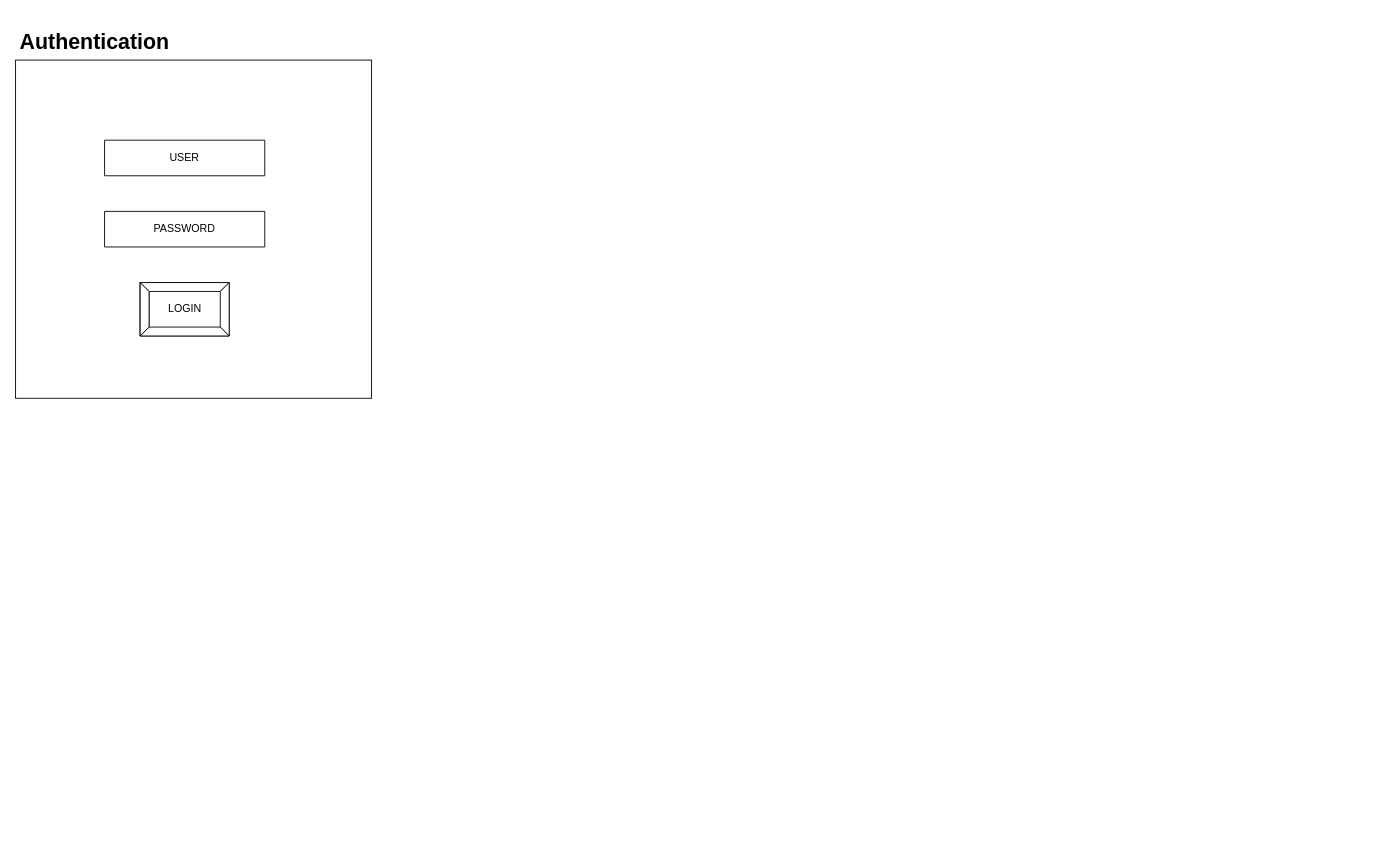
Earlier version of the draw.io diagram inventory-sales-wireframe.drawio (web-gamma/backyardpetshop-diagrams). Source tidied: cells renumbered, new cells numbered last; positions are measured from the earlier drawing's top-left corner, leaving out a move shared by most shapes. Both pictures are drawn from the tidied source at 89%, with x=0, y=0 at pixel (15, 24).
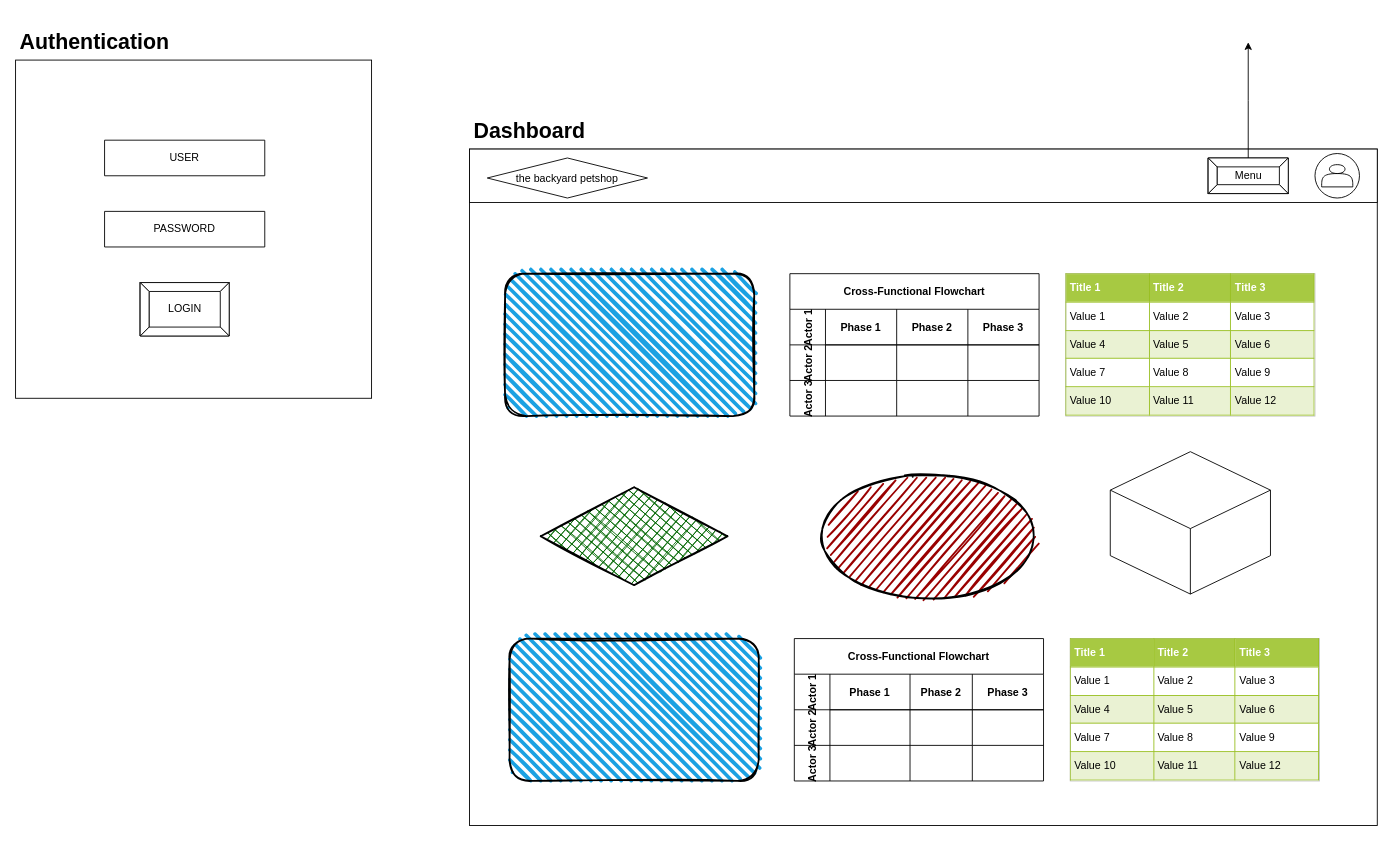
The same diagram, later.

What changed in the source:
```diff
@@
     <mxCell id="8" value="&lt;h1&gt;Authentication&lt;/h1&gt;" style="text;html=1;strokeColor=none;fillColor=none;spacing=5;spacingTop=-20;whiteSpace=wrap;overflow=hidden;rounded=0;" parent="1" vertex="1">
-      <mxGeometry width="190" height="120" as="geometry" />
+      <mxGeometry width="190" height="40" as="geometry" />
     </mxCell>
+    <mxCell id="9" style="rounded=0;whiteSpace=wrap;html=1;" parent="1" vertex="1">
+      <mxGeometry x="510" y="140" width="1020" height="760" as="geometry" />
+    </mxCell>
+    <mxCell id="10" style="rounded=0;whiteSpace=wrap;html=1;" parent="1" vertex="1">
+      <mxGeometry x="510" y="140" width="1020" height="60" as="geometry" />
+    </mxCell>
+    <mxCell id="11" style="ellipse;whiteSpace=wrap;html=1;" parent="1" vertex="1">
+      <mxGeometry x="1460" y="145" width="50" height="50" as="geometry" />
+    </mxCell>
+    <mxCell id="12" style="shape=actor;whiteSpace=wrap;html=1;" parent="1" vertex="1">
+      <mxGeometry x="1467.5" y="157.5" width="35" height="25" as="geometry" />
+    </mxCell>
+    <mxCell id="13" style="edgeStyle=orthogonalEdgeStyle;rounded=0;jettySize=auto;html=1;" parent="1" edge="1" source="14">
+      <mxGeometry relative="1" as="geometry">
+        <mxPoint x="1385" y="20" as="targetPoint" />
+      </mxGeometry>
+    </mxCell>
+    <mxCell id="14" value="Menu" style="labelPosition=center;verticalLabelPosition=middle;align=center;html=1;shape=mxgraph.basic.button;dx=10;" parent="1" vertex="1">
+      <mxGeometry x="1340" y="150" width="90" height="40" as="geometry" />
+    </mxCell>
+    <mxCell id="15" value="&lt;h1&gt;Dashboard&lt;/h1&gt;" style="text;html=1;strokeColor=none;fillColor=none;spacing=5;spacingTop=-20;whiteSpace=wrap;overflow=hidden;rounded=0;" parent="1" vertex="1">
+      <mxGeometry x="510" y="100" width="190" height="40" as="geometry" />
+    </mxCell>
+    <mxCell id="16" value="&lt;table border=&quot;1&quot; width=&quot;100%&quot; height=&quot;100%&quot; cellpadding=&quot;4&quot; style=&quot;width:100%;height:100%;border-collapse:collapse;&quot;&gt;&lt;tr style=&quot;background-color:#A7C942;color:#ffffff;border:1px solid #98bf21;&quot;&gt;&lt;th align=&quot;left&quot;&gt;Title 1&lt;/th&gt;&lt;th align=&quot;left&quot;&gt;Title 2&lt;/th&gt;&lt;th align=&quot;left&quot;&gt;Title 3&lt;/th&gt;&lt;/tr&gt;&lt;tr style=&quot;border:1px solid #98bf21;&quot;&gt;&lt;td&gt;Value 1&lt;/td&gt;&lt;td&gt;Value 2&lt;/td&gt;&lt;td&gt;Value 3&lt;/td&gt;&lt;/tr&gt;&lt;tr style=&quot;background-color:#EAF2D3;border:1px solid #98bf21;&quot;&gt;&lt;td&gt;Value 4&lt;/td&gt;&lt;td&gt;Value 5&lt;/td&gt;&lt;td&gt;Value 6&lt;/td&gt;&lt;/tr&gt;&lt;tr style=&quot;border:1px solid #98bf21;&quot;&gt;&lt;td&gt;Value 7&lt;/td&gt;&lt;td&gt;Value 8&lt;/td&gt;&lt;td&gt;Value 9&lt;/td&gt;&lt;/tr&gt;&lt;tr style=&quot;background-color:#EAF2D3;border:1px solid #98bf21;&quot;&gt;&lt;td&gt;Value 10&lt;/td&gt;&lt;td&gt;Value 11&lt;/td&gt;&lt;td&gt;Value 12&lt;/td&gt;&lt;/tr&gt;&lt;/table&gt;" style="text;html=1;strokeColor=#c0c0c0;fillColor=#ffffff;overflow=fill;rounded=0;" parent="1" vertex="1">
+      <mxGeometry x="1180" y="280" width="280" height="160" as="geometry" />
+    </mxCell>
+    <mxCell id="17" value="Cross-Functional Flowchart" style="shape=table;childLayout=tableLayout;startSize=40;fontStyle=1;" parent="1" vertex="1">
+      <mxGeometry x="870" y="280" width="280" height="160" as="geometry" />
+    </mxCell>
+    <mxCell id="18" value="Actor 1" style="shape=tableRow;horizontal=0;startSize=40;swimlaneHead=0;swimlaneBody=0;top=0;left=0;bottom=0;right=0;fillColor=none;fontStyle=1;" parent="17" vertex="1">
+      <mxGeometry y="40" width="280" height="40" as="geometry" />
+    </mxCell>
+    <mxCell id="19" value="Phase 1" style="swimlane;swimlaneHead=0;swimlaneBody=0;fontStyle=0;fillColor=none;startSize=40;fontStyle=1;" parent="18" vertex="1">
+      <mxGeometry x="40" width="80" height="40" as="geometry" />
+    </mxCell>
+    <mxCell id="20" value="Phase 2" style="swimlane;swimlaneHead=0;swimlaneBody=0;fontStyle=0;fillColor=none;startSize=40;fontStyle=1;" parent="18" vertex="1">
+      <mxGeometry x="120" width="80" height="40" as="geometry" />
+    </mxCell>
+    <mxCell id="21" value="Phase 3" style="swimlane;swimlaneHead=0;swimlaneBody=0;fontStyle=0;fillColor=none;startSize=40;fontStyle=1;" parent="18" vertex="1">
+      <mxGeometry x="200" width="80" height="40" as="geometry" />
+    </mxCell>
+    <mxCell id="22" value="Actor 2" style="shape=tableRow;horizontal=0;startSize=40;swimlaneHead=0;swimlaneBody=0;top=0;left=0;bottom=0;right=0;fillColor=none;fontStyle=1;" parent="17" vertex="1">
+      <mxGeometry y="80" width="280" height="40" as="geometry" />
+    </mxCell>
+    <mxCell id="23" style="swimlane;swimlaneHead=0;swimlaneBody=0;fontStyle=0;fillColor=none;startSize=0;fontStyle=1;" parent="22" vertex="1">
+      <mxGeometry x="40" width="80" height="40" as="geometry" />
+    </mxCell>
+    <mxCell id="24" style="swimlane;swimlaneHead=0;swimlaneBody=0;fontStyle=0;fillColor=none;startSize=0;fontStyle=1;" parent="22" vertex="1">
+      <mxGeometry x="120" width="80" height="40" as="geometry" />
+    </mxCell>
+    <mxCell id="25" style="swimlane;swimlaneHead=0;swimlaneBody=0;fontStyle=0;fillColor=none;startSize=0;fontStyle=1;" parent="22" vertex="1">
+      <mxGeometry x="200" width="80" height="40" as="geometry" />
+    </mxCell>
+    <mxCell id="26" value="Actor 3" style="shape=tableRow;horizontal=0;startSize=40;swimlaneHead=0;swimlaneBody=0;top=0;left=0;bottom=0;right=0;fillColor=none;fontStyle=1;" parent="17" vertex="1">
+      <mxGeometry y="120" width="280" height="40" as="geometry" />
+    </mxCell>
+    <mxCell id="27" style="swimlane;swimlaneHead=0;swimlaneBody=0;fontStyle=0;fillColor=none;startSize=0;fontStyle=1;" parent="26" vertex="1">
+      <mxGeometry x="40" width="80" height="40" as="geometry" />
+    </mxCell>
+    <mxCell id="28" style="swimlane;swimlaneHead=0;swimlaneBody=0;fontStyle=0;fillColor=none;startSize=0;fontStyle=1;" parent="26" vertex="1">
+      <mxGeometry x="120" width="80" height="40" as="geometry" />
+    </mxCell>
+    <mxCell id="29" style="swimlane;swimlaneHead=0;swimlaneBody=0;fontStyle=0;fillColor=none;startSize=0;fontStyle=1;" parent="26" vertex="1">
+      <mxGeometry x="200" width="80" height="40" as="geometry" />
+    </mxCell>
+    <mxCell id="30" style="rounded=1;whiteSpace=wrap;html=1;strokeWidth=2;fillWeight=4;hachureGap=8;hachureAngle=45;fillColor=#1ba1e2;sketch=1;" parent="1" vertex="1">
+      <mxGeometry x="550" y="280" width="280" height="160" as="geometry" />
+    </mxCell>
+    <mxCell id="31" style="rounded=1;whiteSpace=wrap;html=1;strokeWidth=2;fillWeight=4;hachureGap=8;hachureAngle=45;fillColor=#1ba1e2;sketch=1;" parent="1" vertex="1">
+      <mxGeometry x="555" y="690" width="280" height="160" as="geometry" />
+    </mxCell>
+    <mxCell id="32" value="Cross-Functional Flowchart" style="shape=table;childLayout=tableLayout;startSize=40;fontStyle=1;" parent="1" vertex="1">
+      <mxGeometry x="875" y="690" width="280" height="160" as="geometry" />
+    </mxCell>
+    <mxCell id="33" value="Actor 1" style="shape=tableRow;horizontal=0;startSize=40;swimlaneHead=0;swimlaneBody=0;top=0;left=0;bottom=0;right=0;fillColor=none;fontStyle=1;" parent="32" vertex="1">
+      <mxGeometry y="40" width="280" height="40" as="geometry" />
+    </mxCell>
+    <mxCell id="34" value="Phase 1" style="swimlane;swimlaneHead=0;swimlaneBody=0;fontStyle=0;fillColor=none;startSize=40;fontStyle=1;" parent="33" vertex="1">
+      <mxGeometry x="40" width="90" height="40" as="geometry" />
+    </mxCell>
+    <mxCell id="35" value="Phase 2" style="swimlane;swimlaneHead=0;swimlaneBody=0;fontStyle=0;fillColor=none;startSize=40;fontStyle=1;" parent="33" vertex="1">
+      <mxGeometry x="130" width="70" height="40" as="geometry" />
+    </mxCell>
+    <mxCell id="36" value="Phase 3" style="swimlane;swimlaneHead=0;swimlaneBody=0;fontStyle=0;fillColor=none;startSize=40;fontStyle=1;" parent="33" vertex="1">
+      <mxGeometry x="200" width="80" height="40" as="geometry" />
+    </mxCell>
+    <mxCell id="37" value="Actor 2" style="shape=tableRow;horizontal=0;startSize=40;swimlaneHead=0;swimlaneBody=0;top=0;left=0;bottom=0;right=0;fillColor=none;fontStyle=1;" parent="32" vertex="1">
+      <mxGeometry y="80" width="280" height="40" as="geometry" />
+    </mxCell>
+    <mxCell id="38" style="swimlane;swimlaneHead=0;swimlaneBody=0;fontStyle=0;fillColor=none;startSize=0;fontStyle=1;" parent="37" vertex="1">
+      <mxGeometry x="40" width="90" height="40" as="geometry" />
+    </mxCell>
+    <mxCell id="39" style="swimlane;swimlaneHead=0;swimlaneBody=0;fontStyle=0;fillColor=none;startSize=0;fontStyle=1;" parent="37" vertex="1">
+      <mxGeometry x="130" width="70" height="40" as="geometry" />
+    </mxCell>
+    <mxCell id="40" style="swimlane;swimlaneHead=0;swimlaneBody=0;fontStyle=0;fillColor=none;startSize=0;fontStyle=1;" parent="37" vertex="1">
+      <mxGeometry x="200" width="80" height="40" as="geometry" />
+    </mxCell>
+    <mxCell id="41" value="Actor 3" style="shape=tableRow;horizontal=0;startSize=40;swimlaneHead=0;swimlaneBody=0;top=0;left=0;bottom=0;right=0;fillColor=none;fontStyle=1;" parent="32" vertex="1">
+      <mxGeometry y="120" width="280" height="40" as="geometry" />
+    </mxCell>
+    <mxCell id="42" style="swimlane;swimlaneHead=0;swimlaneBody=0;fontStyle=0;fillColor=none;startSize=0;fontStyle=1;" parent="41" vertex="1">
+      <mxGeometry x="40" width="90" height="40" as="geometry" />
+    </mxCell>
+    <mxCell id="43" style="swimlane;swimlaneHead=0;swimlaneBody=0;fontStyle=0;fillColor=none;startSize=0;fontStyle=1;" parent="41" vertex="1">
+      <mxGeometry x="130" width="70" height="40" as="geometry" />
+    </mxCell>
+    <mxCell id="44" style="swimlane;swimlaneHead=0;swimlaneBody=0;fontStyle=0;fillColor=none;startSize=0;fontStyle=1;" parent="41" vertex="1">
+      <mxGeometry x="200" width="80" height="40" as="geometry" />
+    </mxCell>
+    <mxCell id="45" value="&lt;table border=&quot;1&quot; width=&quot;100%&quot; height=&quot;100%&quot; cellpadding=&quot;4&quot; style=&quot;width:100%;height:100%;border-collapse:collapse;&quot;&gt;&lt;tr style=&quot;background-color:#A7C942;color:#ffffff;border:1px solid #98bf21;&quot;&gt;&lt;th align=&quot;left&quot;&gt;Title 1&lt;/th&gt;&lt;th align=&quot;left&quot;&gt;Title 2&lt;/th&gt;&lt;th align=&quot;left&quot;&gt;Title 3&lt;/th&gt;&lt;/tr&gt;&lt;tr style=&quot;border:1px solid #98bf21;&quot;&gt;&lt;td&gt;Value 1&lt;/td&gt;&lt;td&gt;Value 2&lt;/td&gt;&lt;td&gt;Value 3&lt;/td&gt;&lt;/tr&gt;&lt;tr style=&quot;background-color:#EAF2D3;border:1px solid #98bf21;&quot;&gt;&lt;td&gt;Value 4&lt;/td&gt;&lt;td&gt;Value 5&lt;/td&gt;&lt;td&gt;Value 6&lt;/td&gt;&lt;/tr&gt;&lt;tr style=&quot;border:1px solid #98bf21;&quot;&gt;&lt;td&gt;Value 7&lt;/td&gt;&lt;td&gt;Value 8&lt;/td&gt;&lt;td&gt;Value 9&lt;/td&gt;&lt;/tr&gt;&lt;tr style=&quot;background-color:#EAF2D3;border:1px solid #98bf21;&quot;&gt;&lt;td&gt;Value 10&lt;/td&gt;&lt;td&gt;Value 11&lt;/td&gt;&lt;td&gt;Value 12&lt;/td&gt;&lt;/tr&gt;&lt;/table&gt;" style="text;html=1;strokeColor=#c0c0c0;fillColor=#ffffff;overflow=fill;rounded=0;" parent="1" vertex="1">
+      <mxGeometry x="1185" y="690" width="280" height="160" as="geometry" />
+    </mxCell>
+    <mxCell id="46" style="rhombus;whiteSpace=wrap;html=1;strokeWidth=2;fillWeight=-1;hachureGap=8;fillStyle=cross-hatch;fillColor=#006600;sketch=1;" parent="1" vertex="1">
+      <mxGeometry x="590" y="520" width="210" height="110" as="geometry" />
+    </mxCell>
+    <mxCell id="47" style="ellipse;whiteSpace=wrap;html=1;strokeWidth=2;fillWeight=2;hachureGap=8;fillColor=#990000;fillStyle=dots;sketch=1;" parent="1" vertex="1">
+      <mxGeometry x="900" y="505" width="250" height="140" as="geometry" />
+    </mxCell>
+    <mxCell id="48" style="html=1;whiteSpace=wrap;shape=isoCube2;backgroundOutline=1;isoAngle=15;" parent="1" vertex="1">
+      <mxGeometry x="1230" y="480" width="180" height="160" as="geometry" />
+    </mxCell>
+    <mxCell id="49" value="the backyard petshop" style="shape=rhombus;perimeter=rhombusPerimeter;whiteSpace=wrap;html=1;align=center;" parent="1" vertex="1">
+      <mxGeometry x="530" y="150" width="180" height="45" as="geometry" />
+    </mxCell>
```
